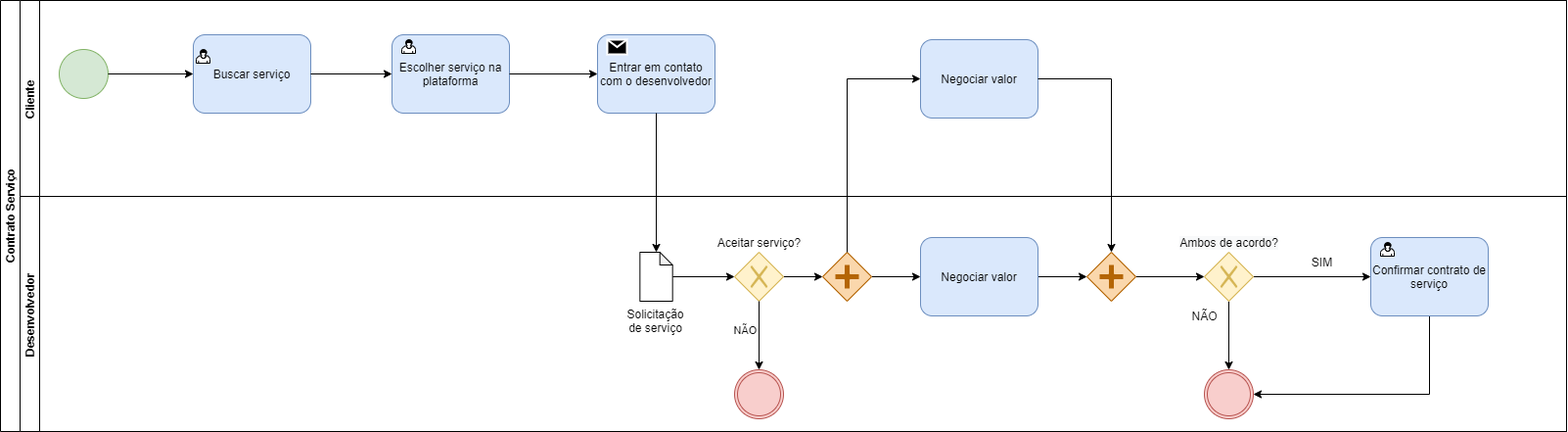
Earlier version of the draw.io export documentacao/imagens/process03.png (ICEI-PUC-Minas-PPLES-TI/plf-es-2021-1-ti2-0940100-DevTask). Source tidied: cells renumbered, new cells last; positions are measured from the earlier drawing's top-left corner, leaving out a move shared by most shapes.
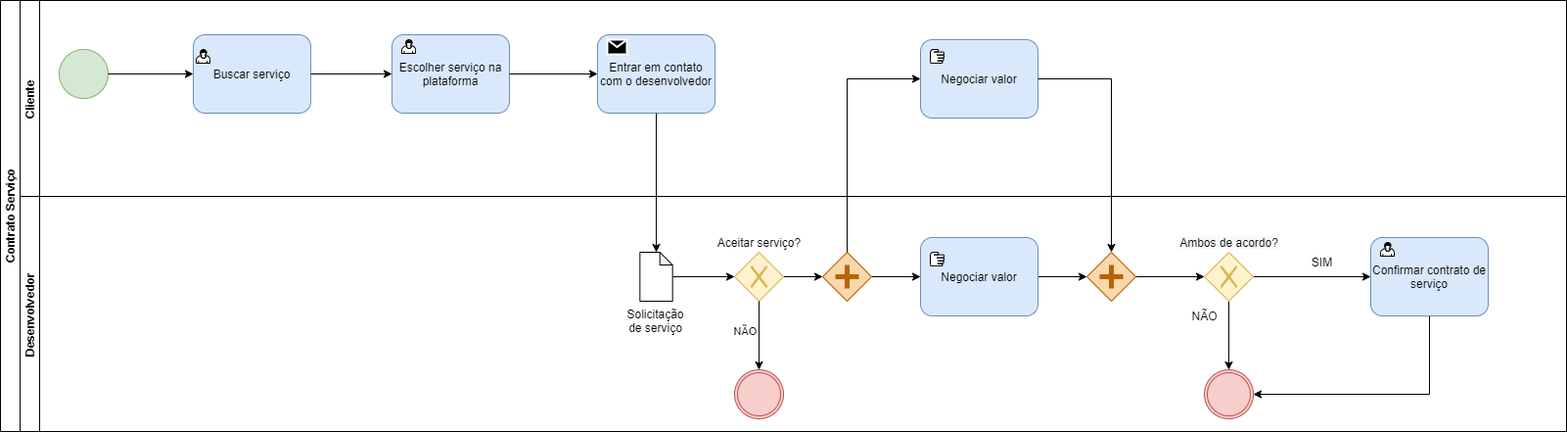
After the change.

Commit message:
atualiza processo 03 - v2

Change to the diagram source:
```diff
@@ -41,6 +41,9 @@
     <mxCell id="14" value="Negociar valor" style="shape=ext;rounded=1;html=1;whiteSpace=wrap;fillColor=#dae8fc;strokeColor=#6c8ebf;" parent="3" vertex="1">
       <mxGeometry x="920" y="40" width="120" height="80" as="geometry" />
     </mxCell>
+    <mxCell id="41" style="shape=mxgraph.bpmn.manual_task;html=1;" parent="3" vertex="1">
+      <mxGeometry x="930" y="50" width="14" height="14" as="geometry" />
+    </mxCell>
     <mxCell id="15" value="Desenvolvedor" style="swimlane;startSize=20;horizontal=0;" parent="2" vertex="1">
       <mxGeometry x="20" y="200" width="1580" height="240" as="geometry" />
     </mxCell>
@@ -116,6 +119,9 @@
     <mxCell id="37" style="shape=mxgraph.bpmn.user_task;html=1;" parent="15" vertex="1">
       <mxGeometry x="1390" y="47" width="14" height="14" as="geometry" />
     </mxCell>
+    <mxCell id="42" style="shape=mxgraph.bpmn.manual_task;html=1;" parent="15" vertex="1">
+      <mxGeometry x="930" y="57" width="14" height="14" as="geometry" />
+    </mxCell>
     <mxCell id="38" style="edgeStyle=orthogonalEdgeStyle;rounded=0;jettySize=auto;html=1;entryX=0.5;entryY=0;entryDx=0;entryDy=0;entryPerimeter=0;" parent="2" edge="1" source="11" target="17">
       <mxGeometry relative="1" as="geometry" />
     </mxCell>
```
